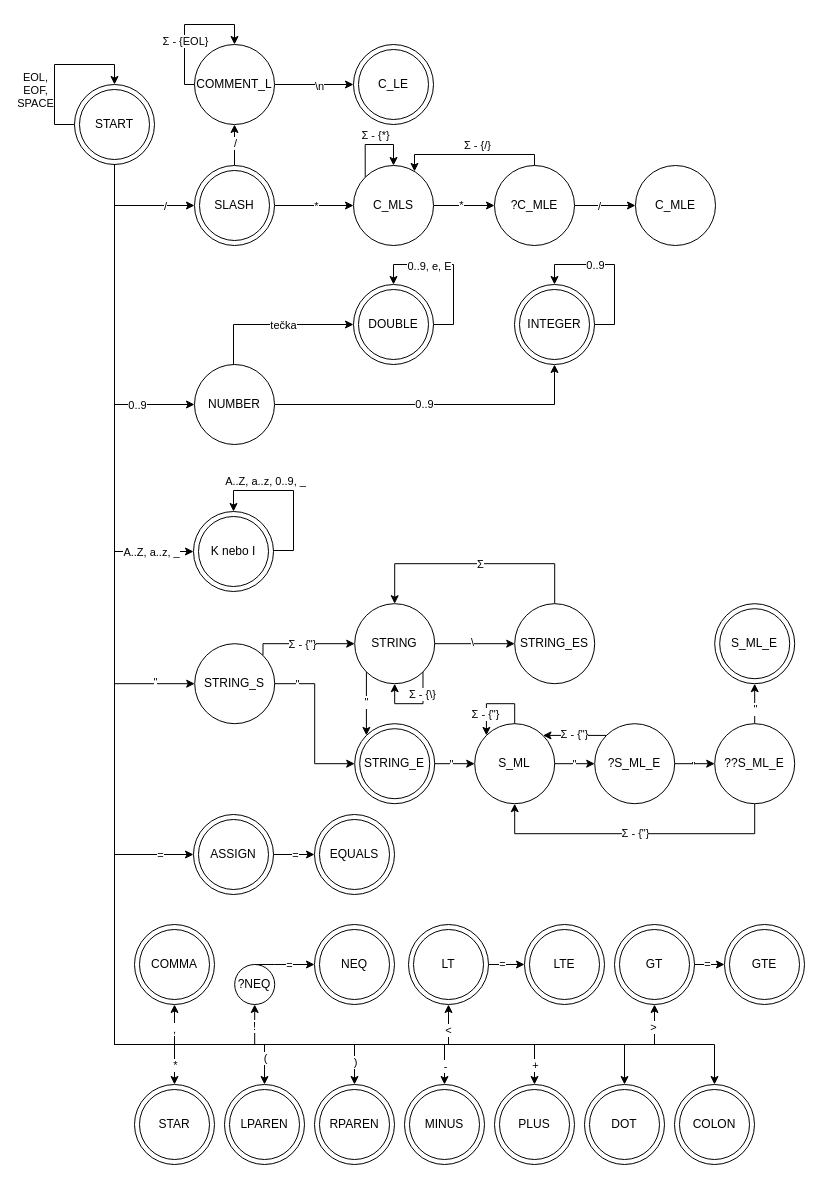
The draw.io diagram doc/other/lexer.drawio in Zero5G/ifj-project, before the edit. Source tidied: cells renumbered, new cells numbered last; positions are measured from the earlier drawing's top-left corner, leaving out a move shared by most shapes. Both pictures are drawn from the tidied source at 100%, with x=0, y=0 at pixel (54, 24).
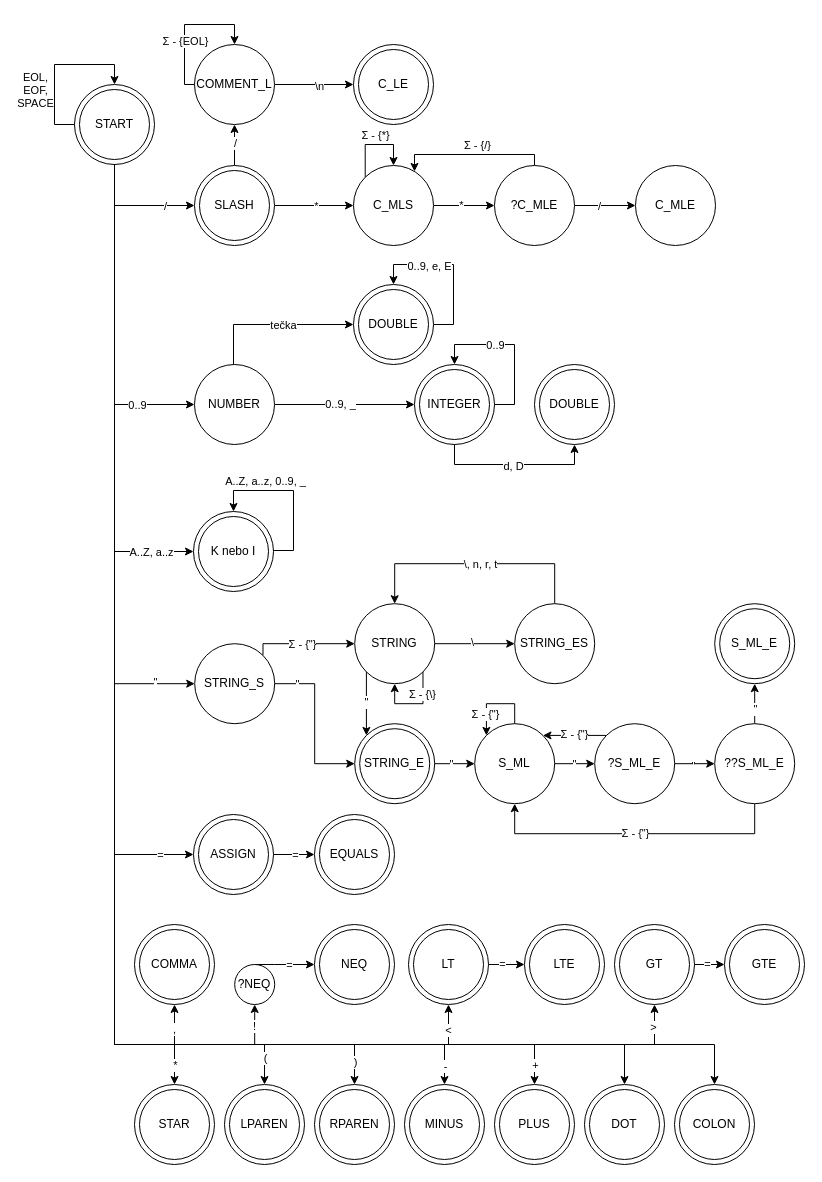
The same page after the edit.

Commit message:
fsm: support D for doubles & fix _ for vars & identificators

The change refers to these unchanged cells:
```xml
<mxCell id="6" style="edgeStyle=orthogonalEdgeStyle;rounded=0;jettySize=auto;html=1;exitX=0.5;exitY=1;exitDx=0;exitDy=0;" parent="1" edge="1" source="44" target="49">
  <mxGeometry relative="1" as="geometry">
    <Array as="points">
      <mxPoint x="60" y="527" />
    </Array>
  </mxGeometry>
</mxCell>
<mxCell id="30" style="edgeStyle=orthogonalEdgeStyle;rounded=0;jettySize=auto;html=1;exitX=0.5;exitY=0;exitDx=0;exitDy=0;entryX=0.5;entryY=0;entryDx=0;entryDy=0;" parent="1" edge="1" source="71" target="72">
  <mxGeometry relative="1" as="geometry">
    <Array as="points">
      <mxPoint x="500.2" y="539.2" />
      <mxPoint x="340.2" y="539.2" />
    </Array>
  </mxGeometry>
</mxCell>
<mxCell id="42" value="NUMBER" style="ellipse;whiteSpace=wrap;html=1;shapeInside=1;" parent="1" vertex="1">
  <mxGeometry x="140" y="340" width="80" height="80" as="geometry" />
</mxCell>
<mxCell id="66" style="ellipse;whiteSpace=wrap;html=1;shapeInside=1;" parent="65" vertex="1">
  <mxGeometry width="80" height="80" as="geometry" />
</mxCell>
```

The edit, as a diff of the source:
```diff
@@
-    <mxCell id="7" value="A..Z, a..z, _" style="edgeLabel;html=1;align=center;verticalAlign=middle;" parent="6" vertex="1">
+    <mxCell id="7" value="A..Z, a..z" style="edgeLabel;html=1;align=center;verticalAlign=middle;" parent="6" vertex="1">
       <mxGeometry x="0.81" y="1" relative="1" as="geometry">
         <mxPoint x="1" y="1" as="offset" />
       </mxGeometry>
     </mxCell>
@@
-    <mxCell id="18" style="edgeStyle=orthogonalEdgeStyle;rounded=0;jettySize=auto;html=1;exitX=1;exitY=0.5;exitDx=0;exitDy=0;entryX=0.5;entryY=1;entryDx=0;entryDy=0;" parent="1" edge="1" source="42" target="66">
-      <mxGeometry relative="1" as="geometry">
-        <Array as="points">
-          <mxPoint x="500" y="380" />
-        </Array>
-      </mxGeometry>
+    <mxCell id="18" style="edgeStyle=orthogonalEdgeStyle;rounded=0;jettySize=auto;html=1;exitX=1;exitY=0.5;exitDx=0;exitDy=0;entryX=0;entryY=0.5;entryDx=0;entryDy=0;" parent="1" edge="1" source="42" target="66">
+      <mxGeometry relative="1" as="geometry" />
     </mxCell>
-    <mxCell id="19" value="0..9" style="edgeLabel;html=1;align=center;verticalAlign=middle;" parent="18" vertex="1">
+    <mxCell id="19" value="0..9, _" style="edgeLabel;html=1;align=center;verticalAlign=middle;" parent="18" vertex="1">
       <mxGeometry x="-0.07" y="1" relative="1" as="geometry" />
     </mxCell>
@@
-    <mxCell id="31" value="Σ " style="edgeLabel;html=1;align=center;verticalAlign=middle;" parent="30" vertex="1">
+    <mxCell id="31" value="\, n, r, t" style="edgeLabel;html=1;align=center;verticalAlign=middle;" parent="30" vertex="1">
       <mxGeometry x="-0.04" relative="1" as="geometry" />
     </mxCell>
@@
     <mxCell id="65" style="group;" parent="1" vertex="1">
-      <mxGeometry x="460" y="260" width="80" height="80" as="geometry" />
+      <mxGeometry x="360" y="340" width="80" height="80" as="geometry" />
     </mxCell>
@@
+    <mxCell id="175" style="group;" parent="1" vertex="1">
+      <mxGeometry x="480" y="340" width="80" height="80" as="geometry" />
+    </mxCell>
+    <mxCell id="176" style="ellipse;whiteSpace=wrap;html=1;shapeInside=1;" parent="175" vertex="1">
+      <mxGeometry width="80" height="80" as="geometry" />
+    </mxCell>
+    <mxCell id="177" value="DOUBLE" style="ellipse;whiteSpace=wrap;html=1;shapeInside=1;" parent="175" vertex="1">
+      <mxGeometry x="5" y="5" width="70" height="70" as="geometry" />
+    </mxCell>
+    <mxCell id="178" style="edgeStyle=orthogonalEdgeStyle;rounded=0;jettySize=auto;html=1;exitX=0.5;exitY=1;exitDx=0;exitDy=0;entryX=0.5;entryY=1;entryDx=0;entryDy=0;" parent="1" edge="1" source="66" target="176">
+      <mxGeometry relative="1" as="geometry" />
+    </mxCell>
+    <mxCell id="179" value="d, D" style="edgeLabel;html=1;align=center;verticalAlign=middle;" parent="178" vertex="1">
+      <mxGeometry x="-0.02" y="-1" relative="1" as="geometry" />
+    </mxCell>
```
